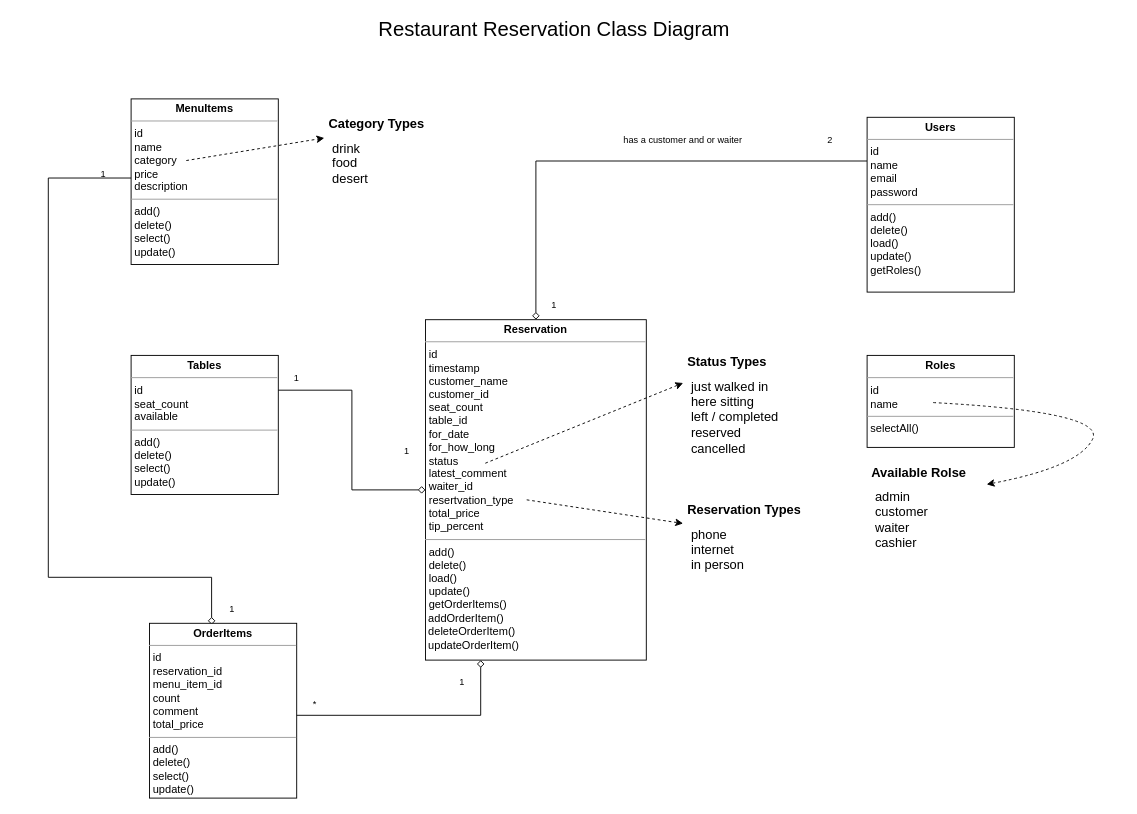
The draw.io diagram documents/final-class-diagram.drawio in Tiinzzy/restaurant-reservation, before the edit. Source tidied: cells renumbered, new cells numbered last; positions are measured from the earlier drawing's top-left corner, leaving out a move shared by most shapes. Both pictures are drawn from the tidied source at 92%, with x=0, y=0 at pixel (16, 16).
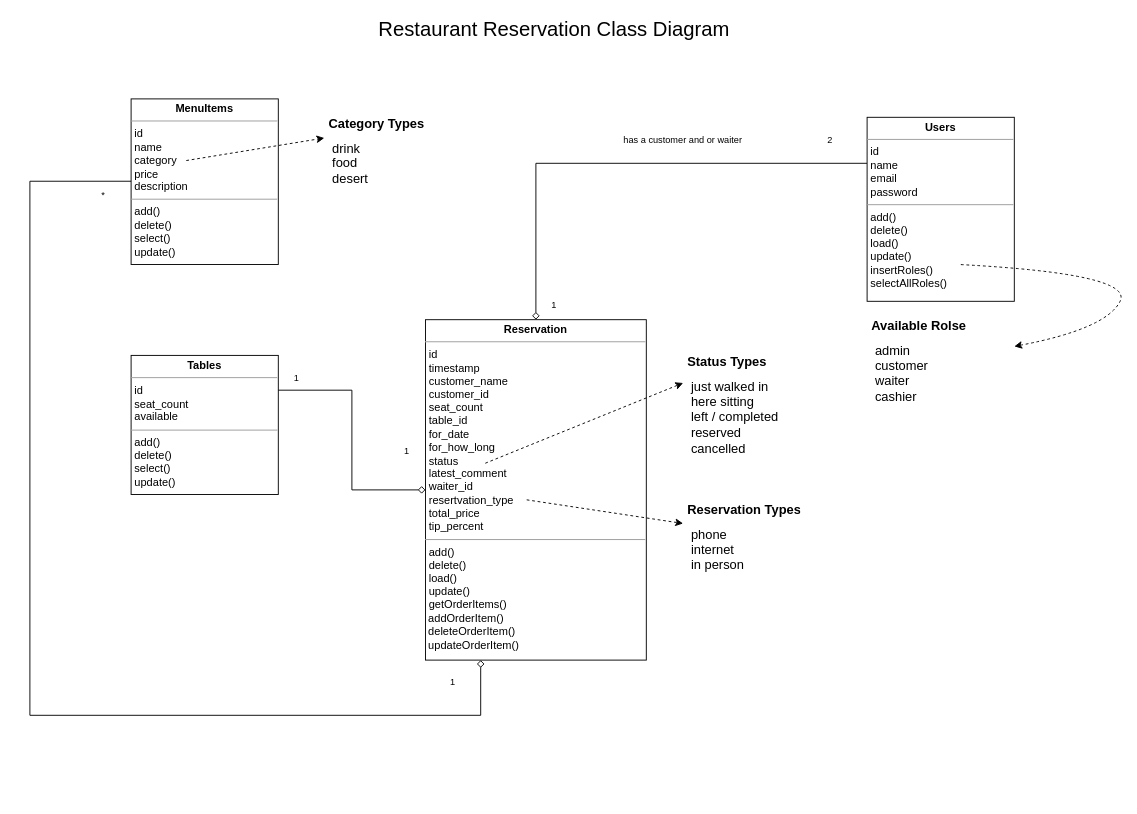
Above is the later version.

Commit message (it also covers changes not shown here):
changed class diagram and the raltion between them

Unchanged cells that the change refers to:
```xml
<mxCell id="7" value="&lt;p style=&quot;margin:0px;margin-top:4px;text-align:center;&quot;&gt;&lt;b&gt;Reservation&lt;/b&gt;&lt;/p&gt;&lt;hr size=&quot;1&quot;&gt;&lt;p style=&quot;margin:0px;margin-left:4px;&quot;&gt;id&lt;/p&gt;&lt;p style=&quot;margin:0px;margin-left:4px;&quot;&gt;timestamp&lt;/p&gt;&lt;p style=&quot;margin:0px;margin-left:4px;&quot;&gt;customer_name&lt;/p&gt;&lt;p style=&quot;margin:0px;margin-left:4px;&quot;&gt;customer_id&lt;/p&gt;&lt;p style=&quot;margin:0px;margin-left:4px;&quot;&gt;seat_count&lt;/p&gt;&lt;p style=&quot;margin:0px;margin-left:4px;&quot;&gt;&lt;span style=&quot;background-color: initial;&quot;&gt;table_id&lt;/span&gt;&lt;br&gt;&lt;/p&gt;&lt;p style=&quot;margin:0px;margin-left:4px;&quot;&gt;for_date&lt;/p&gt;&lt;p style=&quot;margin:0px;margin-left:4px;&quot;&gt;for_how_long&lt;/p&gt;&lt;p style=&quot;margin:0px;margin-left:4px;&quot;&gt;status&lt;/p&gt;&lt;p style=&quot;margin:0px;margin-left:4px;&quot;&gt;latest_comment&lt;/p&gt;&lt;p style=&quot;margin:0px;margin-left:4px;&quot;&gt;waiter_id&lt;/p&gt;&lt;p style=&quot;margin:0px;margin-left:4px;&quot;&gt;resertvation_type&amp;nbsp;&lt;/p&gt;&lt;p style=&quot;margin:0px;margin-left:4px;&quot;&gt;total_price&lt;/p&gt;&lt;p style=&quot;margin:0px;margin-left:4px;&quot;&gt;tip_percent&lt;/p&gt;&lt;hr size=&quot;1&quot;&gt;&lt;p style=&quot;margin:0px;margin-left:4px;&quot;&gt;add()&lt;/p&gt;&lt;p style=&quot;margin:0px;margin-left:4px;&quot;&gt;delete()&lt;/p&gt;&lt;p style=&quot;margin:0px;margin-left:4px;&quot;&gt;load()&lt;/p&gt;&lt;p style=&quot;margin:0px;margin-left:4px;&quot;&gt;update()&lt;/p&gt;&lt;p style=&quot;margin:0px;margin-left:4px;&quot;&gt;getOrderItems()&lt;/p&gt;&lt;p style=&quot;margin:0px;margin-left:4px;&quot;&gt;&lt;/p&gt;&amp;nbsp;addOrderItem()&lt;br&gt;&amp;nbsp;deleteOrderItem()&lt;br&gt;&amp;nbsp;updateOrderItem()" style="verticalAlign=top;align=left;overflow=fill;fontSize=12;fontFamily=Helvetica;html=1;rounded=0;shadow=0;comic=0;labelBackgroundColor=none;strokeWidth=1;" parent="1" vertex="1">
  <mxGeometry x="445" y="330" width="240" height="370" as="geometry" />
</mxCell>
```

Diff of the diagram source:
```diff
@@
-    <mxCell id="15" style="edgeStyle=orthogonalEdgeStyle;rounded=0;jettySize=auto;html=1;fontSize=14;startArrow=diamond;startFill=0;endArrow=none;endFill=0;exitX=0.25;exitY=1;exitDx=0;exitDy=0;entryX=1;entryY=0.5;entryDx=0;entryDy=0;" parent="1" edge="1" source="7" target="17">
+    <mxCell id="15" style="edgeStyle=orthogonalEdgeStyle;rounded=0;jettySize=auto;html=1;fontSize=14;startArrow=diamond;startFill=0;endArrow=none;endFill=0;exitX=0.25;exitY=1;exitDx=0;exitDy=0;entryX=1;entryY=1;entryDx=0;entryDy=0;" parent="1" edge="1" source="7">
       <mxGeometry relative="1" as="geometry">
+        <mxPoint x="125" y="179.5" as="targetPoint" />
         <Array as="points">
           <mxPoint x="505" y="760" />
-          <mxPoint x="265" y="760" />
+          <mxPoint x="15" y="760" />
+          <mxPoint x="15" y="179" />
         </Array>
       </mxGeometry>
     </mxCell>
-    <mxCell id="16" style="edgeStyle=orthogonalEdgeStyle;rounded=0;jettySize=auto;html=1;entryX=0;entryY=0.5;entryDx=0;entryDy=0;fontSize=14;startArrow=diamond;startFill=0;endArrow=none;endFill=0;exitX=0.422;exitY=0.008;exitDx=0;exitDy=0;exitPerimeter=0;" parent="1" edge="1" source="17">
-      <mxGeometry relative="1" as="geometry">
-        <mxPoint x="125" y="176" as="targetPoint" />
-        <Array as="points">
-          <mxPoint x="213" y="610" />
-          <mxPoint x="35" y="610" />
-          <mxPoint x="35" y="176" />
-        </Array>
-      </mxGeometry>
-    </mxCell>
-    <mxCell id="17" value="&lt;p style=&quot;margin:0px;margin-top:4px;text-align:center;&quot;&gt;&lt;b&gt;OrderItems&lt;/b&gt;&lt;/p&gt;&lt;hr size=&quot;1&quot;&gt;&lt;p style=&quot;margin:0px;margin-left:4px;&quot;&gt;&lt;span style=&quot;background-color: initial;&quot;&gt;id&lt;/span&gt;&lt;/p&gt;&lt;p style=&quot;margin:0px;margin-left:4px;&quot;&gt;&lt;span style=&quot;background-color: initial;&quot;&gt;reservation_id&lt;/span&gt;&lt;/p&gt;&lt;p style=&quot;margin:0px;margin-left:4px;&quot;&gt;menu_item_id&lt;/p&gt;&lt;p style=&quot;margin:0px;margin-left:4px;&quot;&gt;count&lt;/p&gt;&lt;p style=&quot;margin:0px;margin-left:4px;&quot;&gt;comment&lt;/p&gt;&lt;p style=&quot;margin:0px;margin-left:4px;&quot;&gt;total_price&lt;/p&gt;&lt;hr size=&quot;1&quot;&gt;&lt;p style=&quot;margin:0px;margin-left:4px;&quot;&gt;add()&lt;/p&gt;&lt;p style=&quot;margin:0px;margin-left:4px;&quot;&gt;delete()&lt;/p&gt;&lt;p style=&quot;margin:0px;margin-left:4px;&quot;&gt;select()&lt;/p&gt;&lt;p style=&quot;margin:0px;margin-left:4px;&quot;&gt;update()&lt;/p&gt;" style="verticalAlign=top;align=left;overflow=fill;fontSize=12;fontFamily=Helvetica;html=1;rounded=0;shadow=0;comic=0;labelBackgroundColor=none;strokeWidth=1;" parent="1" vertex="1">
-      <mxGeometry x="145" y="660" width="160" height="190" as="geometry" />
-    </mxCell>
-    <mxCell id="18" value="&lt;font style=&quot;font-size: 10px;&quot;&gt;1&lt;/font&gt;" style="text;html=1;strokeColor=none;fillColor=none;align=center;verticalAlign=middle;whiteSpace=wrap;rounded=0;fontSize=22;" parent="1" vertex="1">
-      <mxGeometry x="455" y="710" width="60" height="22.5" as="geometry" />
-    </mxCell>
     <mxCell id="19" value="&lt;font style=&quot;font-size: 10px;&quot;&gt;*&lt;/font&gt;" style="text;html=1;strokeColor=none;fillColor=none;align=center;verticalAlign=middle;whiteSpace=wrap;rounded=0;fontSize=22;" parent="1" vertex="1">
-      <mxGeometry x="295" y="732.5" width="60" height="22.5" as="geometry" />
+      <mxGeometry x="65" y="179.5" width="60" height="22.5" as="geometry" />
     </mxCell>
     <mxCell id="20" value="&lt;font style=&quot;font-size: 10px;&quot;&gt;1&lt;/font&gt;" style="text;html=1;strokeColor=none;fillColor=none;align=center;verticalAlign=middle;whiteSpace=wrap;rounded=0;fontSize=22;" parent="1" vertex="1">
-      <mxGeometry x="205" y="630" width="60" height="22.5" as="geometry" />
+      <mxGeometry x="445" y="710" width="60" height="22.5" as="geometry" />
     </mxCell>
-    <mxCell id="21" value="&lt;font style=&quot;font-size: 10px;&quot;&gt;1&lt;/font&gt;" style="text;html=1;strokeColor=none;fillColor=none;align=center;verticalAlign=middle;whiteSpace=wrap;rounded=0;fontSize=22;" parent="1" vertex="1">
-      <mxGeometry x="65" y="157" width="60" height="22.5" as="geometry" />
-    </mxCell>
@@
     <mxCell id="23" value="&lt;h1 style=&quot;font-size: 14px;&quot;&gt;&lt;font style=&quot;font-size: 14px;&quot;&gt;Available Rolse&lt;/font&gt;&lt;/h1&gt;&lt;p style=&quot;border-color: var(--border-color); margin: 0px 0px 0px 4px; font-size: 14px;&quot;&gt;admin&lt;/p&gt;&lt;p style=&quot;border-color: var(--border-color); margin: 0px 0px 0px 4px; font-size: 14px;&quot;&gt;customer&lt;/p&gt;&lt;p style=&quot;border-color: var(--border-color); margin: 0px 0px 0px 4px; font-size: 14px;&quot;&gt;waiter&lt;/p&gt;&lt;p style=&quot;border-color: var(--border-color); margin: 0px 0px 0px 4px; font-size: 14px;&quot;&gt;cashier&lt;/p&gt;" style="text;html=1;strokeColor=none;fillColor=none;spacing=5;spacingTop=-20;whiteSpace=wrap;overflow=hidden;rounded=0;fontSize=10;" parent="1" vertex="1">
-      <mxGeometry x="925" y="488.8" width="160" height="96" as="geometry" />
+      <mxGeometry x="925" y="330" width="160" height="96" as="geometry" />
     </mxCell>
-    <mxCell id="24" value="&lt;p style=&quot;margin:0px;margin-top:4px;text-align:center;&quot;&gt;&lt;b&gt;Users&lt;/b&gt;&lt;/p&gt;&lt;hr size=&quot;1&quot;&gt;&lt;p style=&quot;margin:0px;margin-left:4px;&quot;&gt;id&lt;/p&gt;&lt;p style=&quot;margin:0px;margin-left:4px;&quot;&gt;name&lt;/p&gt;&lt;p style=&quot;margin:0px;margin-left:4px;&quot;&gt;email&lt;/p&gt;&lt;p style=&quot;margin:0px;margin-left:4px;&quot;&gt;password&lt;/p&gt;&lt;hr size=&quot;1&quot;&gt;&lt;p style=&quot;margin:0px;margin-left:4px;&quot;&gt;add()&lt;/p&gt;&lt;p style=&quot;margin:0px;margin-left:4px;&quot;&gt;delete()&lt;/p&gt;&lt;p style=&quot;margin:0px;margin-left:4px;&quot;&gt;load()&lt;/p&gt;&lt;p style=&quot;margin:0px;margin-left:4px;&quot;&gt;update()&lt;/p&gt;&lt;p style=&quot;margin:0px;margin-left:4px;&quot;&gt;getRoles()&lt;/p&gt;&lt;p style=&quot;margin:0px;margin-left:4px;&quot;&gt;&lt;br&gt;&lt;/p&gt;" style="verticalAlign=top;align=left;overflow=fill;fontSize=12;fontFamily=Helvetica;html=1;rounded=0;shadow=0;comic=0;labelBackgroundColor=none;strokeWidth=1;" parent="1" vertex="1">
-      <mxGeometry x="925" y="110" width="160" height="190" as="geometry" />
+    <mxCell id="24" value="&lt;p style=&quot;margin:0px;margin-top:4px;text-align:center;&quot;&gt;&lt;b&gt;Users&lt;/b&gt;&lt;/p&gt;&lt;hr size=&quot;1&quot;&gt;&lt;p style=&quot;margin:0px;margin-left:4px;&quot;&gt;id&lt;/p&gt;&lt;p style=&quot;margin:0px;margin-left:4px;&quot;&gt;name&lt;/p&gt;&lt;p style=&quot;margin:0px;margin-left:4px;&quot;&gt;email&lt;/p&gt;&lt;p style=&quot;margin:0px;margin-left:4px;&quot;&gt;password&lt;/p&gt;&lt;hr size=&quot;1&quot;&gt;&lt;p style=&quot;margin:0px;margin-left:4px;&quot;&gt;add()&lt;/p&gt;&lt;p style=&quot;margin:0px;margin-left:4px;&quot;&gt;delete()&lt;/p&gt;&lt;p style=&quot;margin:0px;margin-left:4px;&quot;&gt;load()&lt;/p&gt;&lt;p style=&quot;margin:0px;margin-left:4px;&quot;&gt;update()&lt;/p&gt;&lt;p style=&quot;margin:0px;margin-left:4px;&quot;&gt;insertRoles()&lt;/p&gt;&lt;p style=&quot;margin:0px;margin-left:4px;&quot;&gt;selectAllRoles()&lt;br&gt;&lt;/p&gt;&lt;p style=&quot;margin:0px;margin-left:4px;&quot;&gt;&lt;br&gt;&lt;/p&gt;" style="verticalAlign=top;align=left;overflow=fill;fontSize=12;fontFamily=Helvetica;html=1;rounded=0;shadow=0;comic=0;labelBackgroundColor=none;strokeWidth=1;" parent="1" vertex="1">
+      <mxGeometry x="925" y="110" width="160" height="200" as="geometry" />
     </mxCell>
@@
-    <mxCell id="28" value="&lt;p style=&quot;margin:0px;margin-top:4px;text-align:center;&quot;&gt;&lt;b&gt;Roles&lt;/b&gt;&lt;/p&gt;&lt;hr size=&quot;1&quot;&gt;&lt;p style=&quot;margin:0px;margin-left:4px;&quot;&gt;id&lt;/p&gt;&lt;p style=&quot;margin:0px;margin-left:4px;&quot;&gt;name&lt;/p&gt;&lt;hr size=&quot;1&quot;&gt;&lt;p style=&quot;margin:0px;margin-left:4px;&quot;&gt;&lt;span style=&quot;background-color: initial;&quot;&gt;selectAll()&lt;/span&gt;&lt;/p&gt;" style="verticalAlign=top;align=left;overflow=fill;fontSize=12;fontFamily=Helvetica;html=1;rounded=0;shadow=0;comic=0;labelBackgroundColor=none;strokeWidth=1;" parent="1" vertex="1">
-      <mxGeometry x="925" y="368.8" width="160" height="100" as="geometry" />
-    </mxCell>
     <mxCell id="29" style="curved=1;endArrow=none;html=1;rounded=0;dashed=1;endFill=0;startArrow=classic;startFill=1;" parent="1" edge="1">
       <mxGeometry relative="1" as="geometry">
-        <mxPoint x="1055" y="509" as="sourcePoint" />
-        <mxPoint x="995" y="420" as="targetPoint" />
+        <mxPoint x="1085" y="359" as="sourcePoint" />
+        <mxPoint x="1025" y="270" as="targetPoint" />
         <Array as="points">
-          <mxPoint x="1155" y="490" />
-          <mxPoint x="1185" y="430" />
+          <mxPoint x="1185" y="340" />
+          <mxPoint x="1215" y="280" />
         </Array>
       </mxGeometry>
     </mxCell>
```
